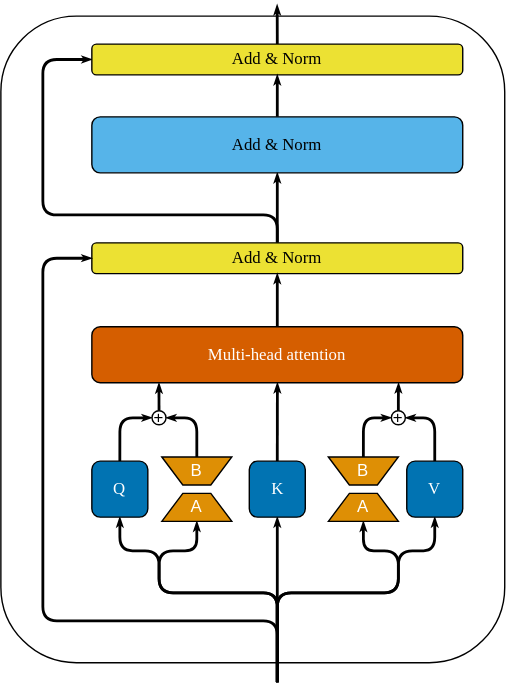
Before: assets/methods/LoRA.svg, a diagram exported from draw.io (Markel/PEFT-by-time). Source tidied: cells renumbered, new cells last; positions are measured from the earlier drawing's top-left corner, leaving out a move shared by most shapes.
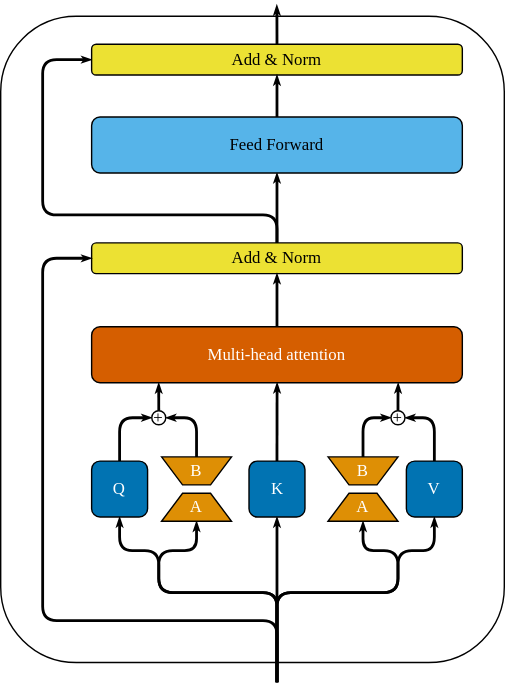
The same diagram one commit later.

Diff of the diagram source:
```diff
@@ -2,13 +2,13 @@
   <root>
     <mxCell id="0" />
     <mxCell id="1" parent="0" />
-    <mxCell id="2" style="rounded=1;whiteSpace=wrap;html=1;fillColor=none;" parent="1" vertex="1">
+    <mxCell id="2" style="rounded=1;whiteSpace=wrap;html=1;fillColor=none;fontFamily=EHUSans;" parent="1" vertex="1">
       <mxGeometry y="8" width="360" height="462" as="geometry" />
     </mxCell>
-    <mxCell id="3" style="edgeStyle=orthogonalEdgeStyle;html=1;exitX=0.5;exitY=0;exitDx=0;exitDy=0;entryX=0.5;entryY=1;entryDx=0;entryDy=0;strokeWidth=2;endArrow=classicThin;endFill=1;endSize=1;rounded=1;" parent="1" edge="1" source="5" target="9">
+    <mxCell id="3" style="edgeStyle=orthogonalEdgeStyle;html=1;exitX=0.5;exitY=0;exitDx=0;exitDy=0;entryX=0.5;entryY=1;entryDx=0;entryDy=0;strokeWidth=2;endArrow=classicThin;endFill=1;endSize=1;rounded=1;fontFamily=EHUSans;" parent="1" edge="1" source="5" target="9">
       <mxGeometry relative="1" as="geometry" />
     </mxCell>
-    <mxCell id="4" style="edgeStyle=orthogonalEdgeStyle;html=1;exitX=0.5;exitY=0;exitDx=0;exitDy=0;entryX=0;entryY=0.5;entryDx=0;entryDy=0;strokeWidth=2;fontColor=#FFFFFF;endArrow=classicThin;endFill=1;endSize=1;rounded=1;" parent="1" edge="1" source="5" target="7">
+    <mxCell id="4" style="edgeStyle=orthogonalEdgeStyle;html=1;exitX=0.5;exitY=0;exitDx=0;exitDy=0;entryX=0;entryY=0.5;entryDx=0;entryDy=0;strokeWidth=2;fontColor=#FFFFFF;endArrow=classicThin;endFill=1;endSize=1;rounded=1;fontFamily=EHUSans;" parent="1" edge="1" source="5" target="7">
       <mxGeometry relative="1" as="geometry">
         <Array as="points">
           <mxPoint x="198" y="150" />
@@ -20,7 +20,7 @@
     <mxCell id="5" value="Add &amp;amp; Norm" style="rounded=1;whiteSpace=wrap;html=1;fillColor=#ece133;fontFamily=EHUSans;fontStyle=0;" parent="1" vertex="1">
       <mxGeometry x="65" y="170" width="265" height="22" as="geometry" />
     </mxCell>
-    <mxCell id="6" style="edgeStyle=orthogonalEdgeStyle;html=1;exitX=0.5;exitY=0;exitDx=0;exitDy=0;strokeWidth=2;fontColor=#FFFFFF;endArrow=classicThin;endFill=1;endSize=1;rounded=1;" parent="1" edge="1" source="7">
+    <mxCell id="6" style="edgeStyle=orthogonalEdgeStyle;html=1;exitX=0.5;exitY=0;exitDx=0;exitDy=0;strokeWidth=2;fontColor=#FFFFFF;endArrow=classicThin;endFill=1;endSize=1;rounded=1;fontFamily=EHUSans;" parent="1" edge="1" source="7">
       <mxGeometry relative="1" as="geometry">
         <mxPoint x="197.4" as="targetPoint" />
       </mxGeometry>
@@ -28,13 +28,13 @@
     <mxCell id="7" value="Add &amp;amp; Norm" style="rounded=1;whiteSpace=wrap;html=1;fillColor=#ece133;fontFamily=EHUSans;fontStyle=0;" parent="1" vertex="1">
       <mxGeometry x="65" y="28" width="265" height="22" as="geometry" />
     </mxCell>
-    <mxCell id="8" style="edgeStyle=orthogonalEdgeStyle;html=1;exitX=0.5;exitY=0;exitDx=0;exitDy=0;entryX=0.5;entryY=1;entryDx=0;entryDy=0;strokeWidth=2;endArrow=classicThin;endFill=1;endSize=1;rounded=1;" parent="1" edge="1" source="9" target="7">
+    <mxCell id="8" style="edgeStyle=orthogonalEdgeStyle;html=1;exitX=0.5;exitY=0;exitDx=0;exitDy=0;entryX=0.5;entryY=1;entryDx=0;entryDy=0;strokeWidth=2;endArrow=classicThin;endFill=1;endSize=1;rounded=1;fontFamily=EHUSans;" parent="1" edge="1" source="9" target="7">
       <mxGeometry relative="1" as="geometry" />
     </mxCell>
-    <mxCell id="9" value="Add &amp;amp; Norm" style="rounded=1;whiteSpace=wrap;html=1;fillColor=#56b4e9;fontFamily=EHUSans;fontStyle=0;" parent="1" vertex="1">
+    <mxCell id="9" value="Feed Forward" style="rounded=1;whiteSpace=wrap;html=1;fillColor=#56b4e9;fontFamily=EHUSans;fontStyle=0;" parent="1" vertex="1">
       <mxGeometry x="65" y="80" width="265" height="40" as="geometry" />
     </mxCell>
-    <mxCell id="10" style="html=1;exitX=0.5;exitY=0;exitDx=0;exitDy=0;entryX=0.5;entryY=1;entryDx=0;entryDy=0;strokeWidth=2;fontColor=#FFFFFF;endArrow=classicThin;endFill=1;edgeStyle=orthogonalEdgeStyle;endSize=1;rounded=1;" parent="1" edge="1" source="16" target="18">
+    <mxCell id="10" style="html=1;exitX=0.5;exitY=0;exitDx=0;exitDy=0;entryX=0.5;entryY=1;entryDx=0;entryDy=0;strokeWidth=2;fontColor=#FFFFFF;endArrow=classicThin;endFill=1;edgeStyle=orthogonalEdgeStyle;endSize=1;rounded=1;fontFamily=EHUSans;" parent="1" edge="1" source="16" target="18">
       <mxGeometry relative="1" as="geometry">
         <Array as="points">
           <mxPoint x="198" y="420" />
@@ -44,10 +44,10 @@
         </Array>
       </mxGeometry>
     </mxCell>
-    <mxCell id="11" style="edgeStyle=orthogonalEdgeStyle;html=1;exitX=0.5;exitY=0;exitDx=0;exitDy=0;entryX=0.5;entryY=1;entryDx=0;entryDy=0;strokeWidth=2;fontColor=#FFFFFF;endArrow=classicThin;endFill=1;endSize=1;rounded=1;" parent="1" edge="1" source="16" target="20">
+    <mxCell id="11" style="edgeStyle=orthogonalEdgeStyle;html=1;exitX=0.5;exitY=0;exitDx=0;exitDy=0;entryX=0.5;entryY=1;entryDx=0;entryDy=0;strokeWidth=2;fontColor=#FFFFFF;endArrow=classicThin;endFill=1;endSize=1;rounded=1;fontFamily=EHUSans;" parent="1" edge="1" source="16" target="20">
       <mxGeometry relative="1" as="geometry" />
     </mxCell>
-    <mxCell id="12" style="edgeStyle=orthogonalEdgeStyle;html=1;exitX=0.5;exitY=0;exitDx=0;exitDy=0;entryX=0.5;entryY=1;entryDx=0;entryDy=0;strokeWidth=2;fontColor=#FFFFFF;endArrow=classicThin;endFill=1;endSize=1;rounded=1;" parent="1" edge="1" source="16" target="22">
+    <mxCell id="12" style="edgeStyle=orthogonalEdgeStyle;html=1;exitX=0.5;exitY=0;exitDx=0;exitDy=0;entryX=0.5;entryY=1;entryDx=0;entryDy=0;strokeWidth=2;fontColor=#FFFFFF;endArrow=classicThin;endFill=1;endSize=1;rounded=1;fontFamily=EHUSans;" parent="1" edge="1" source="16" target="22">
       <mxGeometry relative="1" as="geometry">
         <Array as="points">
           <mxPoint x="198" y="420" />
@@ -57,7 +57,7 @@
         </Array>
       </mxGeometry>
     </mxCell>
-    <mxCell id="13" style="edgeStyle=orthogonalEdgeStyle;html=1;exitX=0.5;exitY=0;exitDx=0;exitDy=0;entryX=0;entryY=0.5;entryDx=0;entryDy=0;strokeWidth=2;fontColor=#FFFFFF;endArrow=classicThin;endFill=1;endSize=1;rounded=1;" parent="1" edge="1" source="16" target="5">
+    <mxCell id="13" style="edgeStyle=orthogonalEdgeStyle;html=1;exitX=0.5;exitY=0;exitDx=0;exitDy=0;entryX=0;entryY=0.5;entryDx=0;entryDy=0;strokeWidth=2;fontColor=#FFFFFF;endArrow=classicThin;endFill=1;endSize=1;rounded=1;fontFamily=EHUSans;" parent="1" edge="1" source="16" target="5">
       <mxGeometry relative="1" as="geometry">
         <Array as="points">
           <mxPoint x="198" y="440" />
@@ -66,7 +66,7 @@
         </Array>
       </mxGeometry>
     </mxCell>
-    <mxCell id="14" style="edgeStyle=orthogonalEdgeStyle;html=1;exitX=0.5;exitY=0;exitDx=0;exitDy=0;entryX=0.5;entryY=1;entryDx=0;entryDy=0;strokeWidth=2;endArrow=classicThin;endFill=1;endSize=1;jumpSize=3;rounded=1;comic=0;noJump=0;" parent="1" edge="1" source="16" target="27">
+    <mxCell id="14" style="edgeStyle=orthogonalEdgeStyle;html=1;exitX=0.5;exitY=0;exitDx=0;exitDy=0;entryX=0.5;entryY=1;entryDx=0;entryDy=0;strokeWidth=2;endArrow=classicThin;endFill=1;endSize=1;jumpSize=3;rounded=1;comic=0;noJump=0;fontFamily=EHUSans;" parent="1" edge="1" source="16" target="27">
       <mxGeometry relative="1" as="geometry">
         <Array as="points">
           <mxPoint x="198" y="420" />
@@ -76,7 +76,7 @@
         </Array>
       </mxGeometry>
     </mxCell>
-    <mxCell id="15" style="edgeStyle=orthogonalEdgeStyle;rounded=1;comic=0;jumpSize=3;html=1;exitX=0.5;exitY=0;exitDx=0;exitDy=0;entryX=0.5;entryY=1;entryDx=0;entryDy=0;strokeWidth=2;endArrow=classicThin;endFill=1;endSize=1;" parent="1" edge="1" source="16" target="30">
+    <mxCell id="15" style="edgeStyle=orthogonalEdgeStyle;rounded=1;comic=0;jumpSize=3;html=1;exitX=0.5;exitY=0;exitDx=0;exitDy=0;entryX=0.5;entryY=1;entryDx=0;entryDy=0;strokeWidth=2;endArrow=classicThin;endFill=1;endSize=1;fontFamily=EHUSans;" parent="1" edge="1" source="16" target="30">
       <mxGeometry relative="1" as="geometry">
         <Array as="points">
           <mxPoint x="198" y="420" />
@@ -86,16 +86,16 @@
         </Array>
       </mxGeometry>
     </mxCell>
-    <mxCell id="16" style="rounded=1;whiteSpace=wrap;html=1;fillColor=none;strokeColor=none;" parent="1" vertex="1">
+    <mxCell id="16" style="rounded=1;whiteSpace=wrap;html=1;fillColor=none;strokeColor=none;fontFamily=EHUSans;" parent="1" vertex="1">
       <mxGeometry x="137.5" y="484" width="120" height="10" as="geometry" />
     </mxCell>
-    <mxCell id="17" style="edgeStyle=orthogonalEdgeStyle;html=1;exitX=0.5;exitY=0;exitDx=0;exitDy=0;entryX=0;entryY=0.5;entryDx=0;entryDy=0;strokeWidth=2;fontColor=#FFFFFF;endArrow=classicThin;endFill=1;endSize=1;rounded=1;" parent="1" edge="1" source="18" target="26">
+    <mxCell id="17" style="edgeStyle=orthogonalEdgeStyle;html=1;exitX=0.5;exitY=0;exitDx=0;exitDy=0;entryX=0;entryY=0.5;entryDx=0;entryDy=0;strokeWidth=2;fontColor=#FFFFFF;endArrow=classicThin;endFill=1;endSize=1;rounded=1;fontFamily=EHUSans;" parent="1" edge="1" source="18" target="26">
       <mxGeometry relative="1" as="geometry" />
     </mxCell>
     <mxCell id="18" value="&lt;font&gt;Q&lt;/font&gt;" style="rounded=1;whiteSpace=wrap;html=1;fillColor=#0173b2;fontFamily=EHUSans;fontStyle=0;fontColor=#FFFFFF;" parent="1" vertex="1">
       <mxGeometry x="65" y="326" width="40" height="40" as="geometry" />
     </mxCell>
-    <mxCell id="19" style="edgeStyle=none;html=1;exitX=0.5;exitY=0;exitDx=0;exitDy=0;entryX=0.534;entryY=0.617;entryDx=0;entryDy=0;entryPerimeter=0;strokeWidth=2;fontColor=#FFFFFF;endArrow=classicThin;endFill=1;endSize=1;rounded=1;" parent="1" edge="1" source="20">
+    <mxCell id="19" style="edgeStyle=none;html=1;exitX=0.5;exitY=0;exitDx=0;exitDy=0;entryX=0.534;entryY=0.617;entryDx=0;entryDy=0;entryPerimeter=0;strokeWidth=2;fontColor=#FFFFFF;endArrow=classicThin;endFill=1;endSize=1;rounded=1;fontFamily=EHUSans;" parent="1" edge="1" source="20">
       <mxGeometry relative="1" as="geometry">
         <mxPoint x="197.6" y="270.1" as="targetPoint" />
       </mxGeometry>
@@ -103,46 +103,46 @@
     <mxCell id="20" value="&lt;font&gt;K&lt;/font&gt;" style="rounded=1;whiteSpace=wrap;html=1;fillColor=#0173b2;fontFamily=EHUSans;fontStyle=0;fontColor=#FFFFFF;" parent="1" vertex="1">
       <mxGeometry x="177.5" y="326" width="40" height="40" as="geometry" />
     </mxCell>
-    <mxCell id="21" style="edgeStyle=orthogonalEdgeStyle;html=1;exitX=0.5;exitY=0;exitDx=0;exitDy=0;entryX=1;entryY=0.5;entryDx=0;entryDy=0;strokeWidth=2;fontColor=#FFFFFF;endArrow=classicThin;endFill=1;endSize=1;rounded=1;" parent="1" edge="1" source="22" target="34">
+    <mxCell id="21" style="edgeStyle=orthogonalEdgeStyle;html=1;exitX=0.5;exitY=0;exitDx=0;exitDy=0;entryX=1;entryY=0.5;entryDx=0;entryDy=0;strokeWidth=2;fontColor=#FFFFFF;endArrow=classicThin;endFill=1;endSize=1;rounded=1;fontFamily=EHUSans;" parent="1" edge="1" source="22" target="34">
       <mxGeometry relative="1" as="geometry" />
     </mxCell>
     <mxCell id="22" value="&lt;font&gt;V&lt;/font&gt;" style="rounded=1;whiteSpace=wrap;html=1;fillColor=#0173b2;fontFamily=EHUSans;fontStyle=0;fontColor=#FFFFFF;" parent="1" vertex="1">
       <mxGeometry x="290" y="326" width="40" height="40" as="geometry" />
     </mxCell>
-    <mxCell id="23" style="edgeStyle=orthogonalEdgeStyle;html=1;exitX=0.5;exitY=0;exitDx=0;exitDy=0;entryX=0.5;entryY=1;entryDx=0;entryDy=0;strokeWidth=2;fontColor=#FFFFFF;endArrow=classicThin;endFill=1;endSize=1;rounded=1;" parent="1" edge="1" source="24" target="5">
+    <mxCell id="23" style="edgeStyle=orthogonalEdgeStyle;html=1;exitX=0.5;exitY=0;exitDx=0;exitDy=0;entryX=0.5;entryY=1;entryDx=0;entryDy=0;strokeWidth=2;fontColor=#FFFFFF;endArrow=classicThin;endFill=1;endSize=1;rounded=1;fontFamily=EHUSans;" parent="1" edge="1" source="24" target="5">
       <mxGeometry relative="1" as="geometry" />
     </mxCell>
     <mxCell id="24" value="Multi-head attention" style="rounded=1;whiteSpace=wrap;html=1;fillColor=#d55e00;fontFamily=EHUSans;fontStyle=0;fontColor=#FFFFFF;" parent="1" vertex="1">
       <mxGeometry x="65" y="230" width="265" height="40" as="geometry" />
     </mxCell>
-    <mxCell id="25" style="edgeStyle=orthogonalEdgeStyle;rounded=1;comic=0;jumpSize=3;html=1;exitX=0.5;exitY=0;exitDx=0;exitDy=0;entryX=0.181;entryY=1.006;entryDx=0;entryDy=0;entryPerimeter=0;strokeWidth=2;endArrow=classicThin;endFill=1;endSize=1;" parent="1" edge="1" source="26" target="24">
+    <mxCell id="25" style="edgeStyle=orthogonalEdgeStyle;rounded=1;comic=0;jumpSize=3;html=1;exitX=0.5;exitY=0;exitDx=0;exitDy=0;entryX=0.181;entryY=1.006;entryDx=0;entryDy=0;entryPerimeter=0;strokeWidth=2;endArrow=classicThin;endFill=1;endSize=1;fontFamily=EHUSans;" parent="1" edge="1" source="26" target="24">
       <mxGeometry relative="1" as="geometry" />
     </mxCell>
-    <mxCell id="26" value="+" style="ellipse;whiteSpace=wrap;html=1;" parent="1" vertex="1">
+    <mxCell id="26" value="+" style="ellipse;whiteSpace=wrap;html=1;fontFamily=EHUSans;" parent="1" vertex="1">
       <mxGeometry x="108" y="290" width="10" height="10" as="geometry" />
     </mxCell>
-    <mxCell id="27" value="A" style="shape=trapezoid;perimeter=trapezoidPerimeter;whiteSpace=wrap;html=1;fixedSize=1;size=15;fillColor=#de8f05;fontColor=#FFFFFF;" parent="1" vertex="1">
+    <mxCell id="27" value="A" style="shape=trapezoid;perimeter=trapezoidPerimeter;whiteSpace=wrap;html=1;fixedSize=1;size=15;fillColor=#de8f05;fontColor=#FFFFFF;fontFamily=EHUSans;" parent="1" vertex="1">
       <mxGeometry x="115" y="349" width="50" height="20" as="geometry" />
     </mxCell>
-    <mxCell id="28" style="edgeStyle=orthogonalEdgeStyle;rounded=1;jumpSize=3;html=1;exitX=0.5;exitY=0;exitDx=0;exitDy=0;entryX=1;entryY=0.5;entryDx=0;entryDy=0;strokeWidth=2;endArrow=classicThin;endFill=1;endSize=1;" parent="1" edge="1" source="29" target="26">
+    <mxCell id="28" style="edgeStyle=orthogonalEdgeStyle;rounded=1;jumpSize=3;html=1;exitX=0.5;exitY=0;exitDx=0;exitDy=0;entryX=1;entryY=0.5;entryDx=0;entryDy=0;strokeWidth=2;endArrow=classicThin;endFill=1;endSize=1;fontFamily=EHUSans;" parent="1" edge="1" source="29" target="26">
       <mxGeometry relative="1" as="geometry" />
     </mxCell>
-    <mxCell id="29" value="B" style="shape=trapezoid;perimeter=trapezoidPerimeter;whiteSpace=wrap;html=1;fixedSize=1;size=15;rotation=0;fillColor=#de8f05;horizontal=1;flipV=1;fontColor=#FFFFFF;" parent="1" vertex="1">
+    <mxCell id="29" value="B" style="shape=trapezoid;perimeter=trapezoidPerimeter;whiteSpace=wrap;html=1;fixedSize=1;size=15;rotation=0;fillColor=#de8f05;horizontal=1;flipV=1;fontColor=#FFFFFF;fontFamily=EHUSans;" parent="1" vertex="1">
       <mxGeometry x="115" y="323" width="50" height="20" as="geometry" />
     </mxCell>
-    <mxCell id="30" value="A" style="shape=trapezoid;perimeter=trapezoidPerimeter;whiteSpace=wrap;html=1;fixedSize=1;size=15;fillColor=#de8f05;fontColor=#FFFFFF;" parent="1" vertex="1">
+    <mxCell id="30" value="A" style="shape=trapezoid;perimeter=trapezoidPerimeter;whiteSpace=wrap;html=1;fixedSize=1;size=15;fillColor=#de8f05;fontColor=#FFFFFF;fontFamily=EHUSans;" parent="1" vertex="1">
       <mxGeometry x="234" y="349" width="50" height="20" as="geometry" />
     </mxCell>
-    <mxCell id="31" style="edgeStyle=orthogonalEdgeStyle;rounded=1;comic=0;jumpSize=3;html=1;exitX=0.5;exitY=0;exitDx=0;exitDy=0;entryX=0;entryY=0.5;entryDx=0;entryDy=0;strokeWidth=2;endArrow=classicThin;endFill=1;endSize=1;" parent="1" edge="1" source="32" target="34">
+    <mxCell id="31" style="edgeStyle=orthogonalEdgeStyle;rounded=1;comic=0;jumpSize=3;html=1;exitX=0.5;exitY=0;exitDx=0;exitDy=0;entryX=0;entryY=0.5;entryDx=0;entryDy=0;strokeWidth=2;endArrow=classicThin;endFill=1;endSize=1;fontFamily=EHUSans;" parent="1" edge="1" source="32" target="34">
       <mxGeometry relative="1" as="geometry" />
     </mxCell>
-    <mxCell id="32" value="B" style="shape=trapezoid;perimeter=trapezoidPerimeter;whiteSpace=wrap;html=1;fixedSize=1;size=15;rotation=0;fillColor=#de8f05;horizontal=1;flipV=1;fontColor=#FFFFFF;" parent="1" vertex="1">
+    <mxCell id="32" value="B" style="shape=trapezoid;perimeter=trapezoidPerimeter;whiteSpace=wrap;html=1;fixedSize=1;size=15;rotation=0;fillColor=#de8f05;horizontal=1;flipV=1;fontColor=#FFFFFF;fontFamily=EHUSans;" parent="1" vertex="1">
       <mxGeometry x="234" y="323" width="50" height="20" as="geometry" />
     </mxCell>
-    <mxCell id="33" style="edgeStyle=orthogonalEdgeStyle;rounded=1;comic=0;jumpSize=3;html=1;entryX=0.827;entryY=1.003;entryDx=0;entryDy=0;entryPerimeter=0;strokeWidth=2;endArrow=classicThin;endFill=1;endSize=1;" parent="1" edge="1" source="34" target="24">
+    <mxCell id="33" style="edgeStyle=orthogonalEdgeStyle;rounded=1;comic=0;jumpSize=3;html=1;entryX=0.827;entryY=1.003;entryDx=0;entryDy=0;entryPerimeter=0;strokeWidth=2;endArrow=classicThin;endFill=1;endSize=1;fontFamily=EHUSans;" parent="1" edge="1" source="34" target="24">
       <mxGeometry relative="1" as="geometry" />
     </mxCell>
-    <mxCell id="34" value="+" style="ellipse;whiteSpace=wrap;html=1;" parent="1" vertex="1">
+    <mxCell id="34" value="+" style="ellipse;whiteSpace=wrap;html=1;fontFamily=EHUSans;" parent="1" vertex="1">
       <mxGeometry x="279" y="290" width="10" height="10" as="geometry" />
     </mxCell>
   </root>
```
